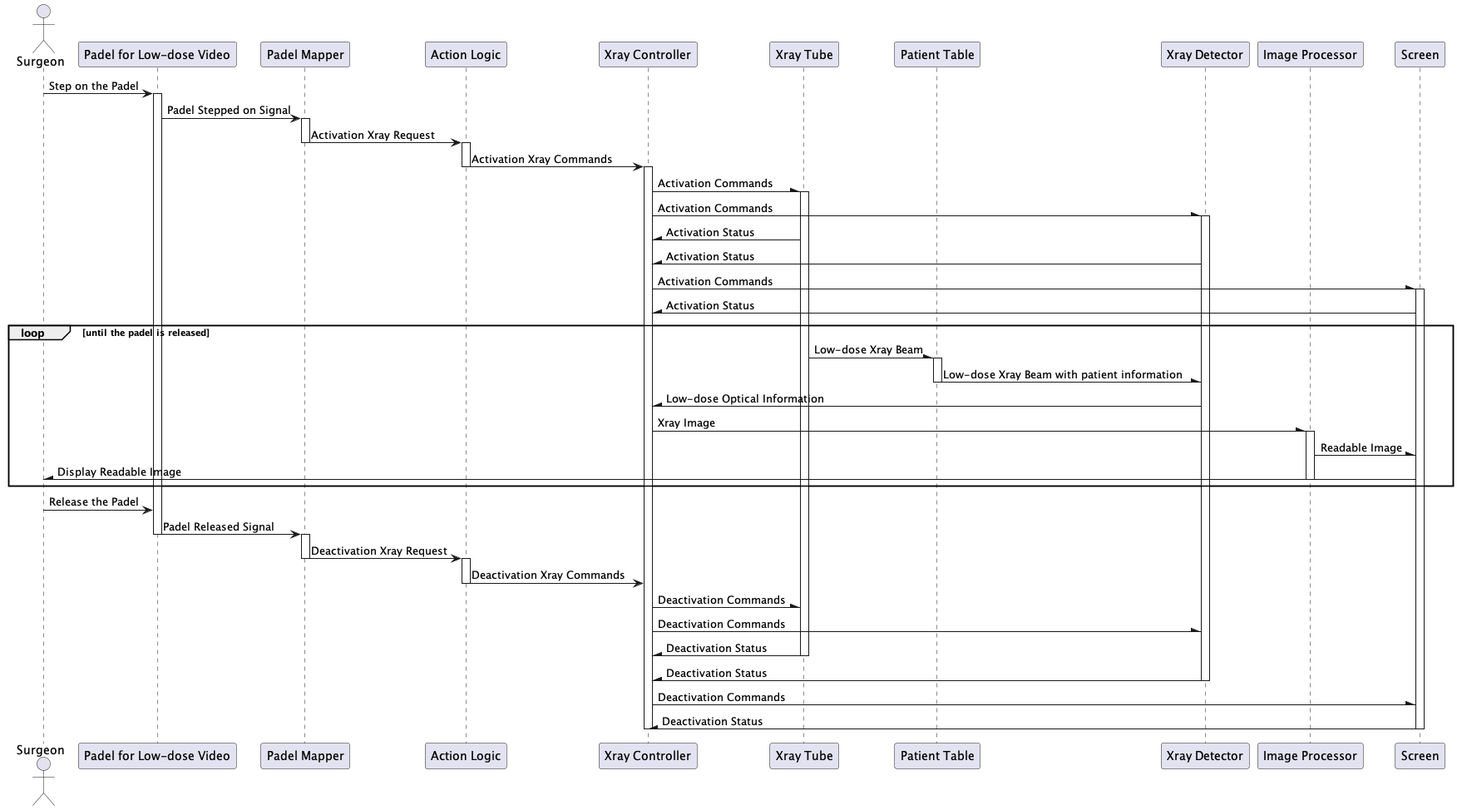
Before: sequence-pedal-1/src.png, a diagram exported from PlantUML (JCLLi/Software-System-Traning).
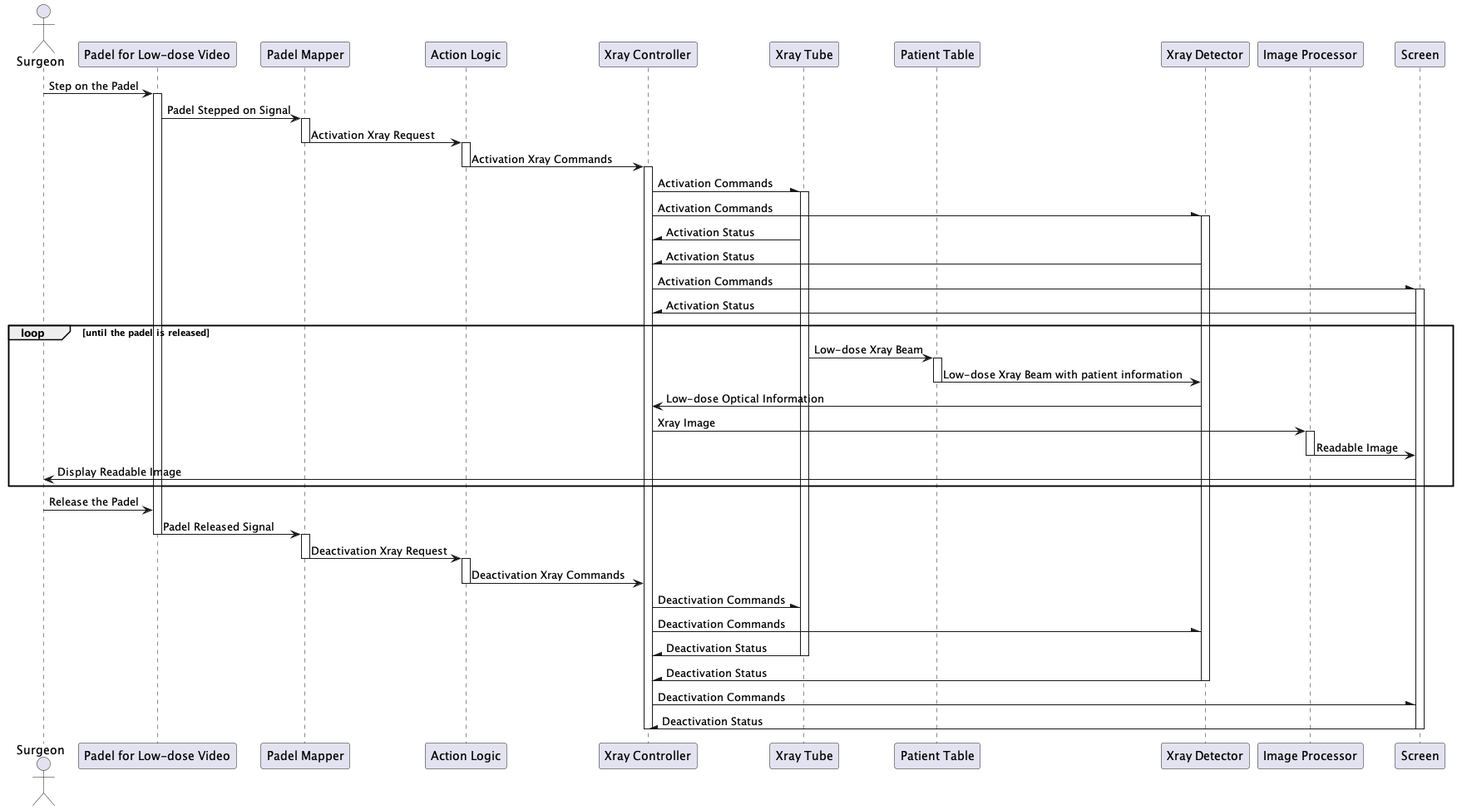
Later version of the same file.

Diff of the diagram source:
```diff
@@ -37,16 +37,17 @@
 
 
 loop until the padel is released
-tube -\ table : Low-dose Xray Beam
+tube -> table : Low-dose Xray Beam
 activate table
-table -\ detector : Low-dose Xray Beam with patient information
+table -> detector : Low-dose Xray Beam with patient information
 deactivate table
-detector -\ controller : Low-dose Optical Information
-controller -\ processor : Xray Image
+detector -> controller : Low-dose Optical Information
+controller -> processor : Xray Image
 activate processor
-processor -\ screen : Readable Image
-screen -\ doctor : Display Readable Image
+processor -> screen : Readable Image
 deactivate processor
+screen -> doctor : Display Readable Image
+
 end
 
 doctor -> padel : Release the Padel
```
